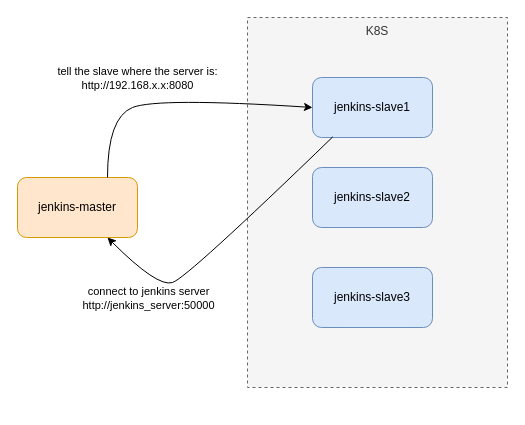
jameszhangcn/infrastructure keeps this draw.io diagram as page "master-slave" (1 of 3) of jenkins/resource/jenkins.drawio. Above is the earlier version. Source tidied: cells renumbered, new cells numbered last; positions are measured from the earlier drawing's top-left corner, leaving out a move shared by most shapes. Both pictures are drawn from the tidied source at 100%, with x=0, y=0 at pixel (17, 17).
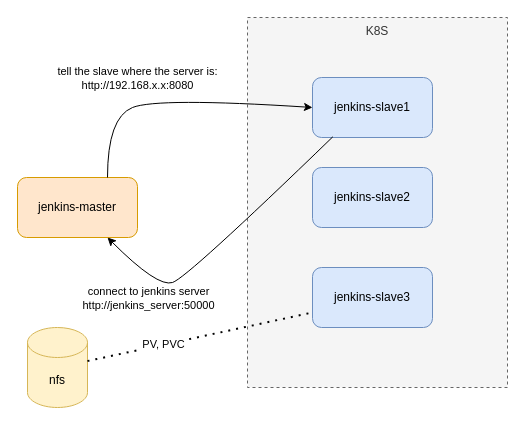
Above is the later version.

Diff of the diagram source:
```diff
@@
 <mxGraphModel>
   <root>
     <mxCell id="0" />
     <mxCell id="1" parent="0" />
     <mxCell id="2" value="K8S" style="rounded=0;whiteSpace=wrap;html=1;dashed=1;fillColor=#f5f5f5;strokeColor=#666666;fontColor=#333333;verticalAlign=top;" parent="1" vertex="1">
       <mxGeometry x="230" width="260" height="370" as="geometry" />
     </mxCell>
     <mxCell id="3" value="jenkins-master" style="rounded=1;whiteSpace=wrap;html=1;fillColor=#ffe6cc;strokeColor=#d79b00;" parent="1" vertex="1">
       <mxGeometry y="160" width="120" height="60" as="geometry" />
     </mxCell>
     <mxCell id="4" value="jenkins-slave1" style="rounded=1;whiteSpace=wrap;html=1;fillColor=#dae8fc;strokeColor=#6c8ebf;" parent="1" vertex="1">
       <mxGeometry x="295" y="60" width="120" height="60" as="geometry" />
     </mxCell>
     <mxCell id="5" value="jenkins-slave2" style="rounded=1;whiteSpace=wrap;html=1;fillColor=#dae8fc;strokeColor=#6c8ebf;" parent="1" vertex="1">
       <mxGeometry x="295" y="150" width="120" height="60" as="geometry" />
     </mxCell>
     <mxCell id="6" value="jenkins-slave3" style="rounded=1;whiteSpace=wrap;html=1;fillColor=#dae8fc;strokeColor=#6c8ebf;" parent="1" vertex="1">
       <mxGeometry x="295" y="250" width="120" height="60" as="geometry" />
     </mxCell>
     <mxCell id="7" style="curved=1;endArrow=classic;html=1;exitX=0.75;exitY=0;exitDx=0;exitDy=0;entryX=0;entryY=0.5;entryDx=0;entryDy=0;" parent="1" edge="1" source="3" target="4">
       <mxGeometry relative="1" as="geometry">
         <Array as="points">
           <mxPoint x="90" y="100" />
           <mxPoint x="140" y="80" />
         </Array>
       </mxGeometry>
     </mxCell>
     <mxCell id="8" value="tell the slave where the server is:&lt;br&gt;http://192.168.x.x:8080" style="edgeLabel;html=1;align=center;verticalAlign=middle;" parent="7" vertex="1">
       <mxGeometry x="-0.27" y="-4" relative="1" as="geometry">
         <mxPoint x="-6.8" y="-29.6" as="offset" />
       </mxGeometry>
     </mxCell>
     <mxCell id="9" style="curved=1;endArrow=classic;html=1;entryX=0.75;entryY=1;entryDx=0;entryDy=0;exitX=0.169;exitY=0.989;exitDx=0;exitDy=0;exitPerimeter=0;" parent="1" edge="1" source="4" target="3">
       <mxGeometry relative="1" as="geometry">
         <Array as="points">
           <mxPoint x="170" y="260" />
           <mxPoint x="140" y="270" />
         </Array>
       </mxGeometry>
     </mxCell>
     <mxCell id="10" value="connect to jenkins server&lt;br&gt;http://jenkins_server:50000" style="edgeLabel;html=1;align=center;verticalAlign=middle;" parent="9" vertex="1">
       <mxGeometry x="0.62" y="-8" relative="1" as="geometry">
         <mxPoint x="-6.3" y="25" as="offset" />
       </mxGeometry>
     </mxCell>
+    <mxCell id="11" value="nfs" style="shape=cylinder3;whiteSpace=wrap;html=1;boundedLbl=1;backgroundOutline=1;size=15;fillColor=#fff2cc;strokeColor=#d6b656;" parent="1" vertex="1">
+      <mxGeometry x="10" y="310" width="60" height="80" as="geometry" />
+    </mxCell>
+    <mxCell id="12" style="endArrow=none;dashed=1;html=1;dashPattern=1 3;strokeWidth=2;entryX=0;entryY=0.75;entryDx=0;entryDy=0;" parent="1" edge="1" source="11" target="6">
+      <mxGeometry relative="1" as="geometry" />
+    </mxCell>
+    <mxCell id="13" value="PV, PVC" style="edgeLabel;html=1;align=center;verticalAlign=middle;" parent="12" vertex="1">
+      <mxGeometry x="-0.32" y="2" relative="1" as="geometry">
+        <mxPoint y="1" as="offset" />
+      </mxGeometry>
+    </mxCell>
   </root>
 </mxGraphModel>
```
